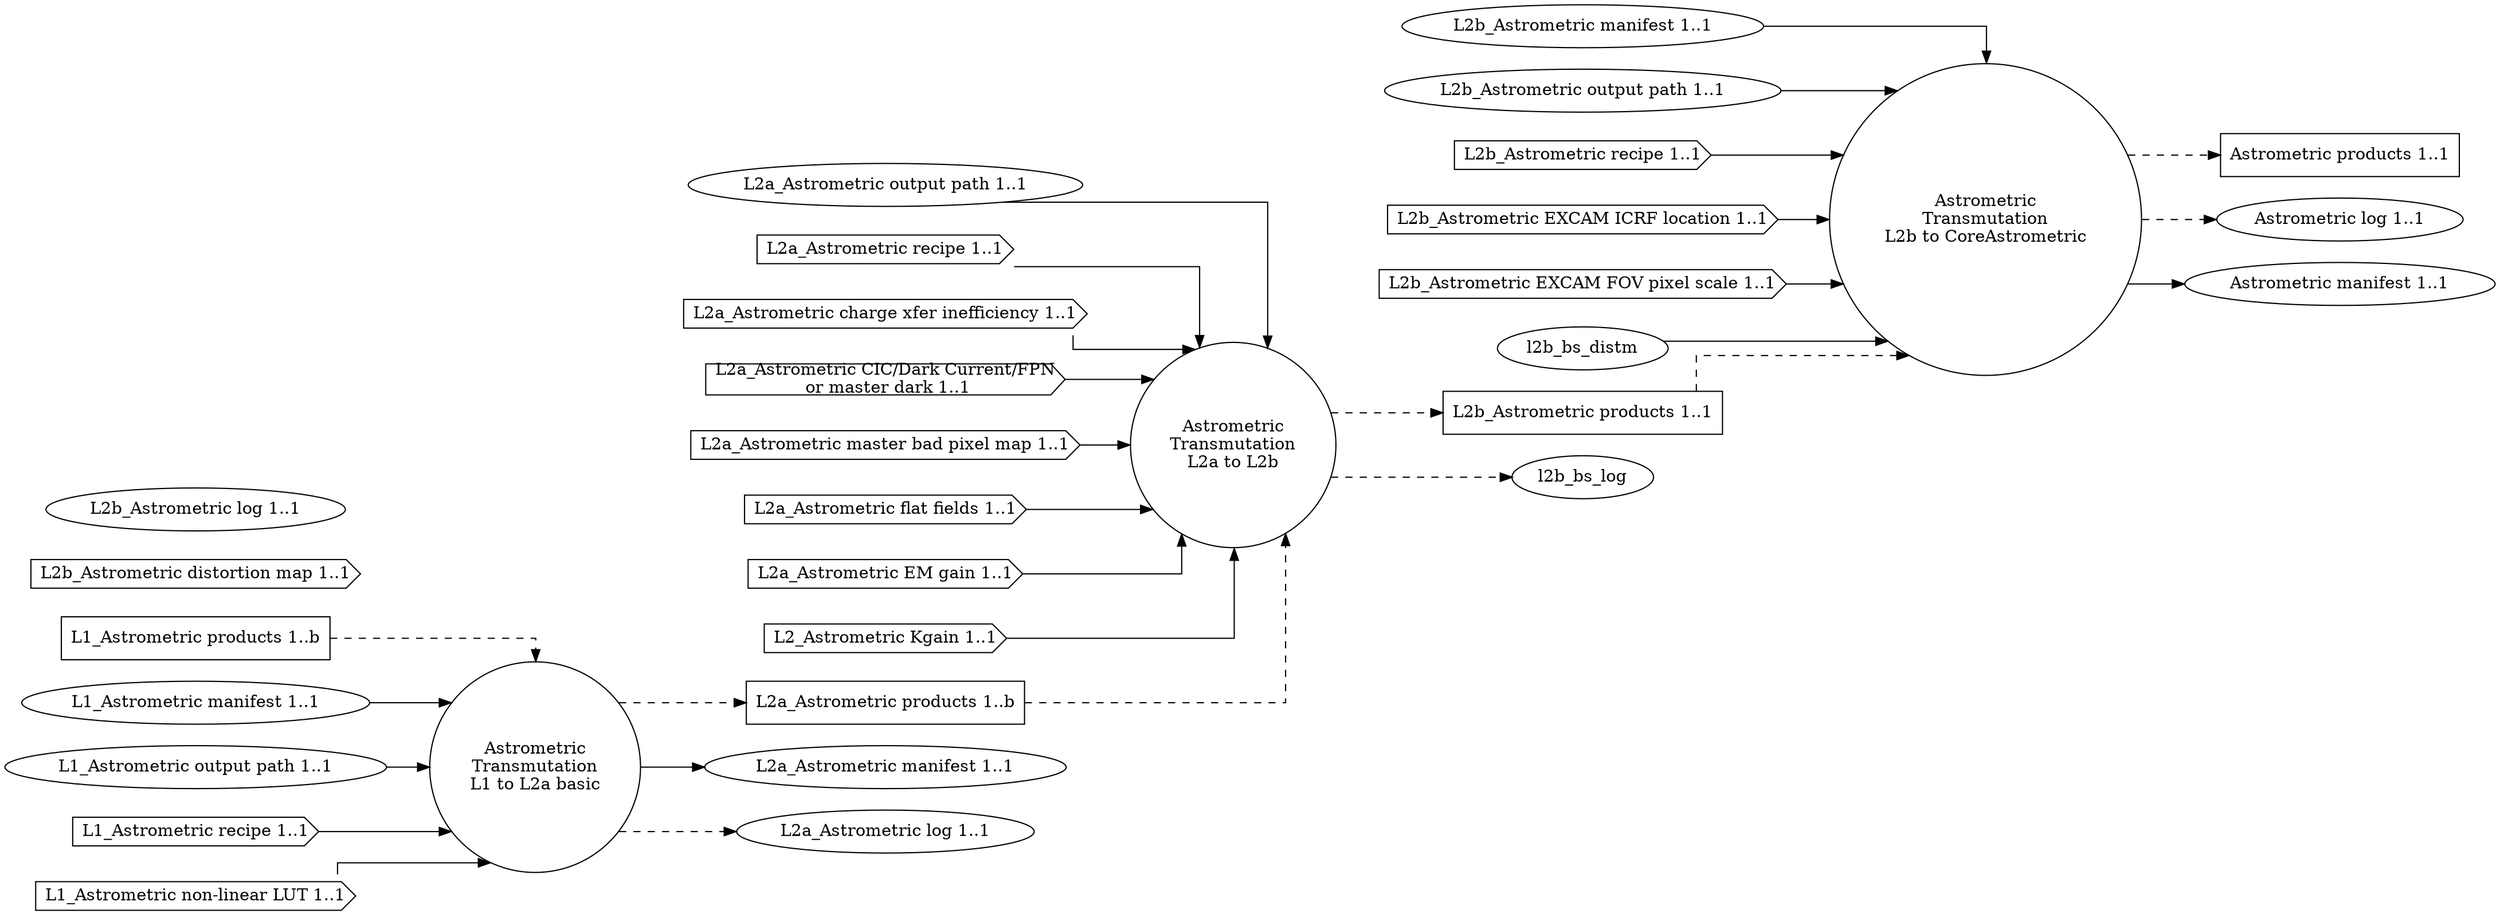
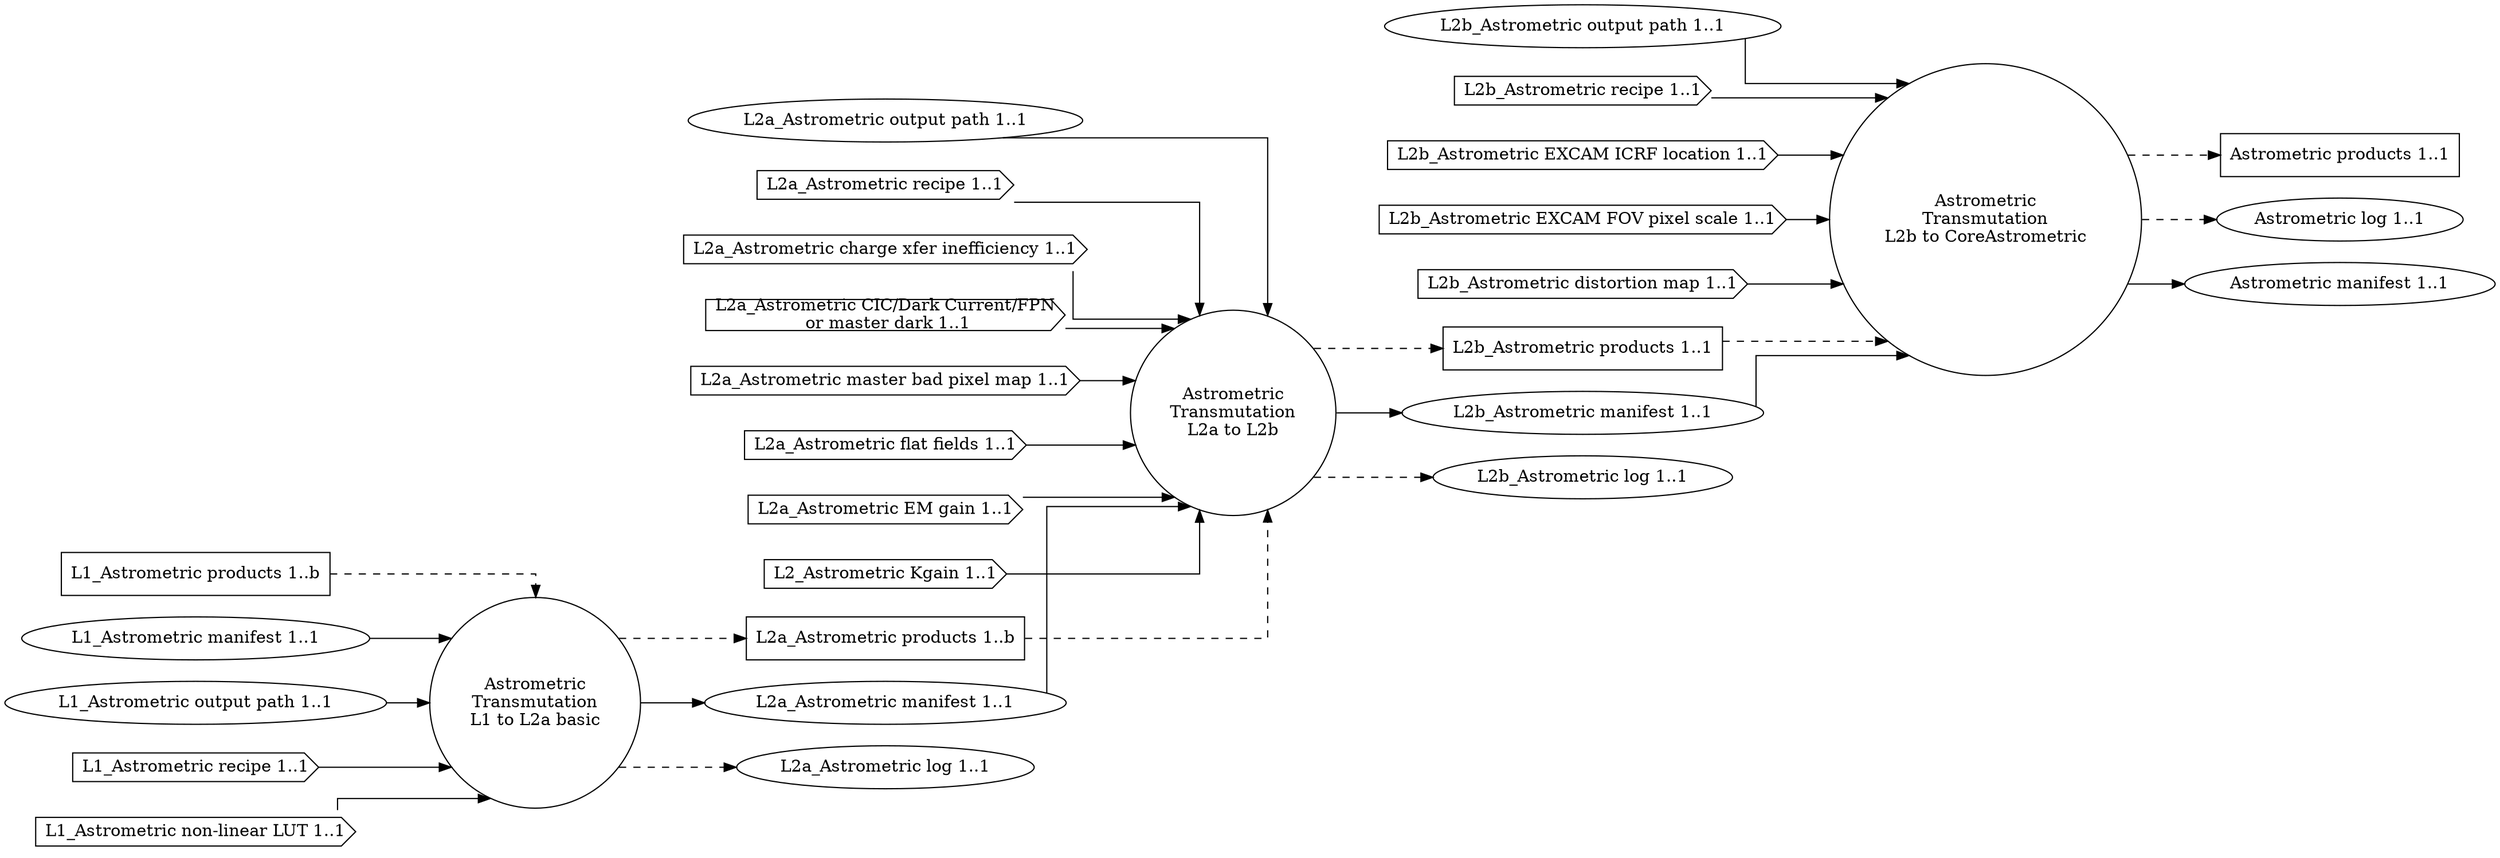
digraph Astrometric
{
  graph [splines="ortho", rankdir=LR];

  trans_bs_l1_l2a_basic [label="Astrometric\nTransmutation\nL1 to L2a basic", shape="circle"];
  trans_bs_l2a_l2b [label="Astrometric\nTransmutation\nL2a to L2b", shape="circle"];
  trans_bs_l2b_abs [label="Astrometric\nTransmutation\nL2b to CoreAstrometric", shape="circle"];

  l1_bs_prod [label="L1_Astrometric products 1..b", shape="rectangle"];
  l1_bs_man [label="L1_Astrometric manifest 1..1", shape="ellipse"];
  l1_bs_odir [label="L1_Astrometric output path 1..1", shape="ellipse"];
  l1_bs_rec [label="L1_Astrometric recipe 1..1", shape="cds"];
  l1_bs_nllut [label="L1_Astrometric non-linear LUT 1..1", shape="cds"];

  l2a_bs_prod [label="L2a_Astrometric products 1..b", shape="rectangle"];
  l2a_bs_man [label="L2a_Astrometric manifest 1..1", shape="ellipse"];
  l2a_bs_odir [label="L2a_Astrometric output path 1..1", shape="ellipse"];
  l2a_bs_rec [label="L2a_Astrometric recipe 1..1", shape="cds"];
  l2a_bs_cti [label="L2a_Astrometric charge xfer inefficiency 1..1", shape="cds"];
  l2a_bs_dnb [label="L2a_Astrometric CIC/Dark Current/FPN\n or master dark 1..1", shape="cds"];
  l2a_bs_mbpm [label="L2a_Astrometric master bad pixel map 1..1", shape="cds"];
  l2a_bs_ff [label="L2a_Astrometric flat fields 1..1", shape="cds"];
  l2a_bs_emg [label="L2a_Astrometric EM gain 1..1", shape="cds"];
  l2a_bs_kgain [label="L2_Astrometric Kgain 1..1", shape="cds"];
  l2a_bs_log [label="L2a_Astrometric log 1..1", shape="ellipse"];

  l2b_bs_prod [label="L2b_Astrometric products 1..1", shape="rectangle"];
  l2b_bs_man [label="L2b_Astrometric manifest 1..1", shape="ellipse"];
  l2b_bs_odir [label="L2b_Astrometric output path 1..1", shape="ellipse"];
  l2b_bs_rec [label="L2b_Astrometric recipe 1..1", shape="cds"];
  l2b_bs_excicrf [label="L2b_Astrometric EXCAM ICRF location 1..1", shape="cds"];
  l2b_bs_excfovps [label="L2b_Astrometric EXCAM FOV pixel scale 1..1", shape="cds"];

-   l2b_tp_distm [label="L2b_Astrometric distortion map 1..1", shape="cds"];
-   l2b_tp_log [label="L2b_Astrometric log 1..1", shape="ellipse"];
+   l2b_bs_distm [label="L2b_Astrometric distortion map 1..1", shape="cds"];
+   l2b_bs_log [label="L2b_Astrometric log 1..1", shape="ellipse"];

  bs_prod [label="Astrometric products 1..1", shape="rectangle"];
  bs_log [label="Astrometric log 1..1", shape="ellipse"];
  bs_man [label="Astrometric manifest 1..1", shape="ellipse"];

  l1_bs_prod -> trans_bs_l1_l2a_basic [style="dashed"];
  l1_bs_man -> trans_bs_l1_l2a_basic;
  l1_bs_odir -> trans_bs_l1_l2a_basic;
  l1_bs_rec -> trans_bs_l1_l2a_basic;
  l1_bs_nllut -> trans_bs_l1_l2a_basic;

  trans_bs_l1_l2a_basic -> l2a_bs_prod [style="dashed"];
  trans_bs_l1_l2a_basic -> l2a_bs_man;
  trans_bs_l1_l2a_basic -> l2a_bs_log [style="dashed"];

  l2a_bs_prod -> trans_bs_l2a_l2b [style="dashed"];
  l2a_bs_kgain -> trans_bs_l2a_l2b;
  l2a_bs_odir -> trans_bs_l2a_l2b;
  l2a_bs_rec -> trans_bs_l2a_l2b;
  l2a_bs_cti -> trans_bs_l2a_l2b;
  l2a_bs_dnb -> trans_bs_l2a_l2b;
  l2a_bs_mbpm -> trans_bs_l2a_l2b;
  l2a_bs_ff -> trans_bs_l2a_l2b;
  l2a_bs_emg -> trans_bs_l2a_l2b;
+   l2a_bs_man -> trans_bs_l2a_l2b;

  trans_bs_l2a_l2b -> l2b_bs_prod [style="dashed"];
  trans_bs_l2a_l2b -> l2b_bs_log [style="dashed"];
+   trans_bs_l2a_l2b -> l2b_bs_man;

  l2b_bs_prod -> trans_bs_l2b_abs [style="dashed"];
  l2b_bs_man -> trans_bs_l2b_abs;
  l2b_bs_odir -> trans_bs_l2b_abs;
  l2b_bs_rec -> trans_bs_l2b_abs;
  l2b_bs_excicrf -> trans_bs_l2b_abs;
  l2b_bs_excfovps -> trans_bs_l2b_abs;
  l2b_bs_distm -> trans_bs_l2b_abs;
  trans_bs_l2b_abs -> bs_prod [style="dashed"];
  trans_bs_l2b_abs -> bs_man;
  trans_bs_l2b_abs -> bs_log [style="dashed"];

}
